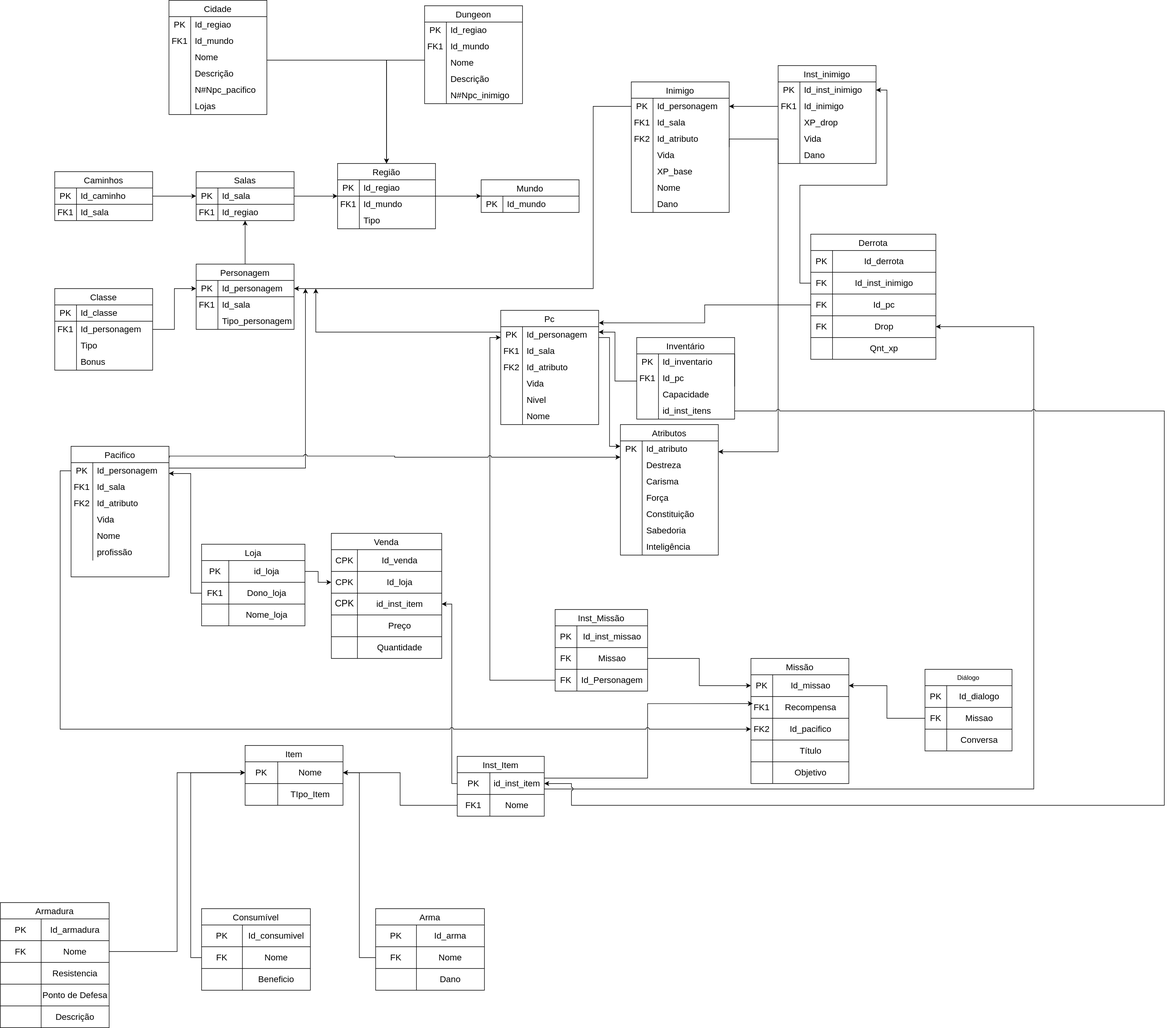
Above: docs/modulo_01/MER.drawio.svg in SBD1/2024.2-D-D-classico (draw.io), before the change. Source tidied: cells renumbered, new cells last; positions are measured from the earlier drawing's top-left corner, leaving out a move shared by most shapes.
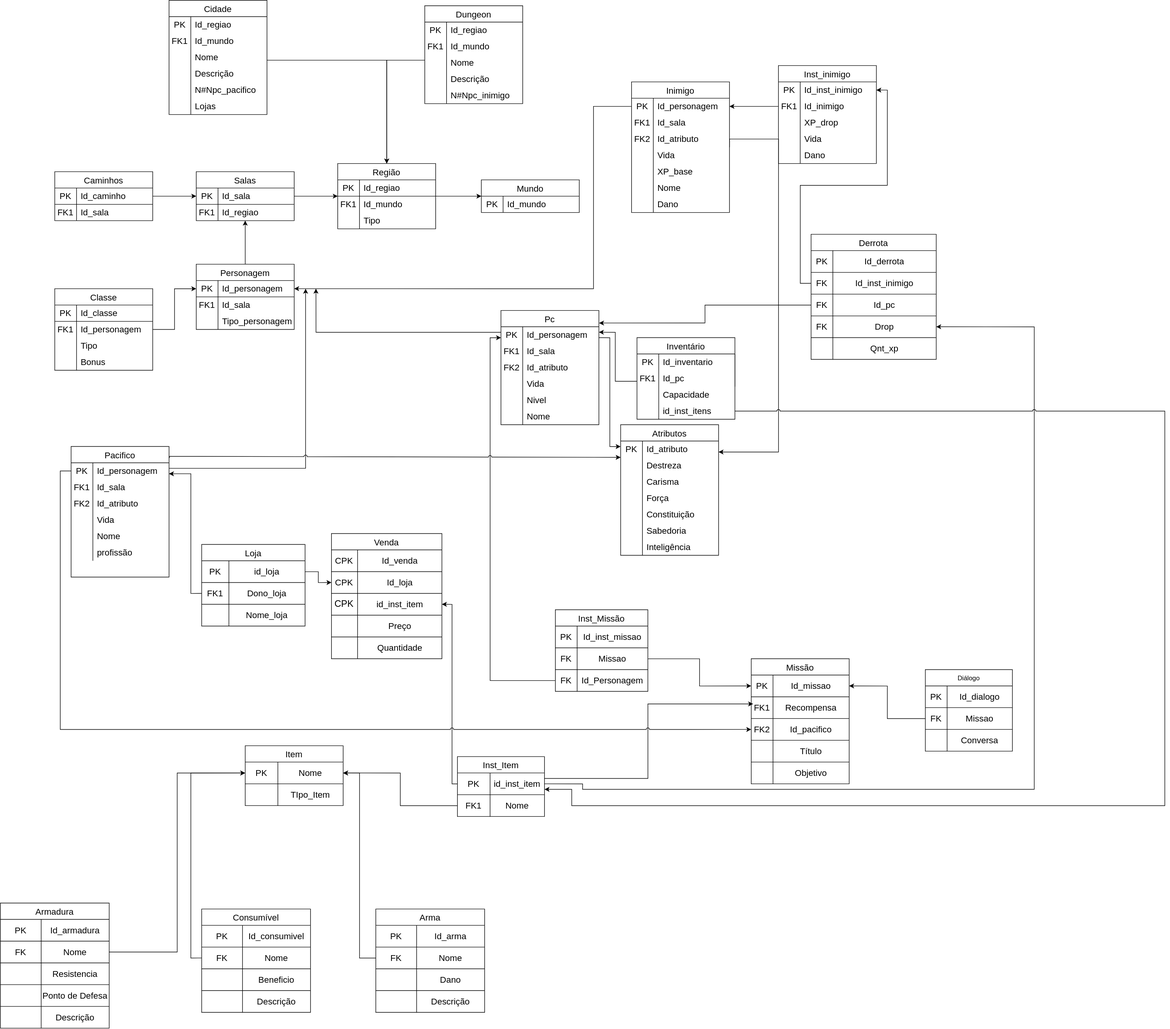
After the change.

Diff of the diagram source:
```diff
@@ -453,9 +453,11 @@
     <mxCell id="145" value="&lt;font style=&quot;font-size: 16px;&quot;&gt;Qnt_xp&lt;br&gt;&lt;/font&gt;" style="shape=partialRectangle;html=1;whiteSpace=wrap;strokeColor=inherit;overflow=hidden;fillColor=none;top=0;left=0;bottom=0;right=0;" parent="143" vertex="1">
       <mxGeometry x="40" width="190" height="40" as="geometry" />
     </mxCell>
-    <mxCell id="146" style="edgeStyle=orthogonalEdgeStyle;rounded=0;jettySize=auto;html=1;jumpStyle=arc;entryX=1;entryY=0.5;entryDx=0;entryDy=0;" parent="1" edge="1" source="108" target="140">
+    <mxCell id="146" style="edgeStyle=orthogonalEdgeStyle;rounded=0;jettySize=auto;html=1;jumpStyle=arc;entryX=1;entryY=0.5;entryDx=0;entryDy=0;exitX=1;exitY=0.5;exitDx=0;exitDy=0;" parent="1" edge="1" source="108" target="140">
       <mxGeometry relative="1" as="geometry">
         <Array as="points">
+          <mxPoint x="1070" y="1440" />
+          <mxPoint x="1070" y="1450" />
           <mxPoint x="1900" y="1450" />
           <mxPoint x="1900" y="600" />
         </Array>
@@ -534,7 +536,7 @@
       <mxGeometry x="75" width="125" height="40" as="geometry" />
     </mxCell>
     <mxCell id="171" value="Consumível" style="shape=table;startSize=30;fontSize=16;" parent="1" vertex="1">
-      <mxGeometry x="370" y="1670" width="200" height="150" as="geometry" />
+      <mxGeometry x="370" y="1670" width="200" height="190" as="geometry" />
     </mxCell>
     <mxCell id="172" style="shape=tableRow;horizontal=0;startSize=0;swimlaneHead=0;swimlaneBody=0;strokeColor=inherit;top=0;left=0;bottom=0;right=0;fillColor=none;" parent="171" vertex="1">
       <mxGeometry y="30" width="200" height="40" as="geometry" />
@@ -563,8 +565,17 @@
     <mxCell id="180" value="&lt;font style=&quot;font-size: 16px;&quot;&gt;Beneficio&lt;br&gt;&lt;/font&gt;" style="shape=partialRectangle;html=1;whiteSpace=wrap;strokeColor=inherit;overflow=hidden;fillColor=none;top=0;left=0;bottom=0;right=0;" parent="178" vertex="1">
       <mxGeometry x="75" width="125" height="40" as="geometry" />
     </mxCell>
+    <mxCell id="364" style="shape=tableRow;horizontal=0;startSize=0;swimlaneHead=0;swimlaneBody=0;strokeColor=inherit;top=0;left=0;bottom=0;right=0;fillColor=none;" parent="171" vertex="1">
+      <mxGeometry y="150" width="200" height="40" as="geometry" />
+    </mxCell>
+    <mxCell id="365" style="shape=partialRectangle;html=1;whiteSpace=wrap;strokeColor=inherit;overflow=hidden;fillColor=none;top=0;left=0;bottom=0;right=0;" parent="364" vertex="1">
+      <mxGeometry width="75" height="40" as="geometry" />
+    </mxCell>
+    <mxCell id="366" value="&lt;font style=&quot;font-size: 16px;&quot;&gt;Descrição&lt;/font&gt;" style="shape=partialRectangle;html=1;whiteSpace=wrap;strokeColor=inherit;overflow=hidden;fillColor=none;top=0;left=0;bottom=0;right=0;" parent="364" vertex="1">
+      <mxGeometry x="75" width="125" height="40" as="geometry" />
+    </mxCell>
     <mxCell id="181" value="Arma" style="shape=table;startSize=30;fontSize=16;" parent="1" vertex="1">
-      <mxGeometry x="690" y="1670" width="200" height="150" as="geometry" />
+      <mxGeometry x="690" y="1670" width="200" height="190" as="geometry" />
     </mxCell>
     <mxCell id="182" style="shape=tableRow;horizontal=0;startSize=0;swimlaneHead=0;swimlaneBody=0;strokeColor=inherit;top=0;left=0;bottom=0;right=0;fillColor=none;" parent="181" vertex="1">
       <mxGeometry y="30" width="200" height="40" as="geometry" />
@@ -593,6 +604,15 @@
     <mxCell id="190" value="&lt;font style=&quot;font-size: 16px;&quot;&gt;Dano&lt;br&gt;&lt;/font&gt;" style="shape=partialRectangle;html=1;whiteSpace=wrap;strokeColor=inherit;overflow=hidden;fillColor=none;top=0;left=0;bottom=0;right=0;" parent="188" vertex="1">
       <mxGeometry x="75" width="125" height="40" as="geometry" />
     </mxCell>
+    <mxCell id="367" style="shape=tableRow;horizontal=0;startSize=0;swimlaneHead=0;swimlaneBody=0;strokeColor=inherit;top=0;left=0;bottom=0;right=0;fillColor=none;" parent="181" vertex="1">
+      <mxGeometry y="150" width="200" height="40" as="geometry" />
+    </mxCell>
+    <mxCell id="368" style="shape=partialRectangle;html=1;whiteSpace=wrap;strokeColor=inherit;overflow=hidden;fillColor=none;top=0;left=0;bottom=0;right=0;" parent="367" vertex="1">
+      <mxGeometry width="75" height="40" as="geometry" />
+    </mxCell>
+    <mxCell id="369" value="&lt;font style=&quot;font-size: 16px;&quot;&gt;Descrição&lt;/font&gt;" style="shape=partialRectangle;html=1;whiteSpace=wrap;strokeColor=inherit;overflow=hidden;fillColor=none;top=0;left=0;bottom=0;right=0;" parent="367" vertex="1">
+      <mxGeometry x="75" width="125" height="40" as="geometry" />
+    </mxCell>
     <mxCell id="191" style="edgeStyle=orthogonalEdgeStyle;rounded=0;jettySize=auto;html=1;entryX=1;entryY=0.5;entryDx=0;entryDy=0;" parent="1" edge="1" source="185" target="148">
       <mxGeometry relative="1" as="geometry" />
     </mxCell>
@@ -1165,13 +1185,15 @@
     <mxCell id="362" style="edgeStyle=orthogonalEdgeStyle;rounded=0;jettySize=auto;html=1;entryX=1.002;entryY=0.11;entryDx=0;entryDy=0;entryPerimeter=0;" parent="1" edge="1" source="137" target="194">
       <mxGeometry relative="1" as="geometry" />
     </mxCell>
-    <mxCell id="363" style="edgeStyle=orthogonalEdgeStyle;rounded=0;jettySize=auto;html=1;entryX=1;entryY=0.5;entryDx=0;entryDy=0;jumpStyle=arc;" parent="1" edge="1" source="62" target="108">
+    <mxCell id="363" style="edgeStyle=orthogonalEdgeStyle;rounded=0;jettySize=auto;html=1;jumpStyle=arc;" parent="1" edge="1" source="62">
       <mxGeometry relative="1" as="geometry">
+        <mxPoint x="1000" y="1450" as="targetPoint" />
         <Array as="points">
           <mxPoint x="2140" y="755" />
           <mxPoint x="2140" y="1480" />
           <mxPoint x="1050" y="1480" />
-          <mxPoint x="1050" y="1440" />
+          <mxPoint x="1050" y="1450" />
+          <mxPoint x="1000" y="1450" />
         </Array>
       </mxGeometry>
     </mxCell>
```
